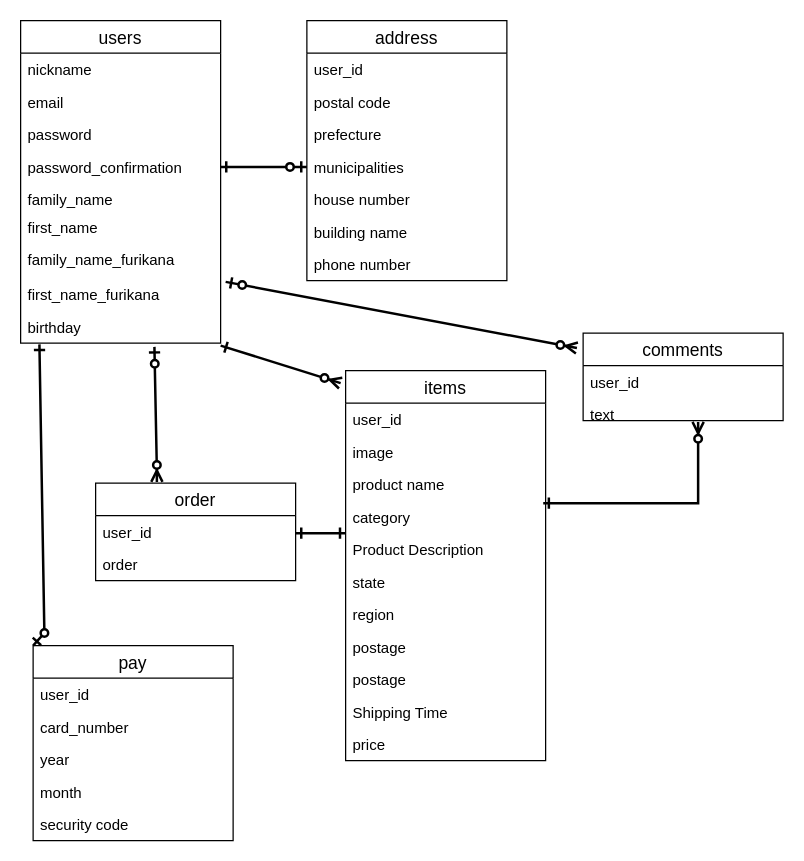
Above: furima.dio in yukii5/furima-30416 (draw.io), before the change. Source tidied: cells renumbered, new cells numbered last; positions are measured from the earlier drawing's top-left corner, leaving out a move shared by most shapes. Both pictures are drawn from the tidied source at 125%, with x=0, y=0 at pixel (20, 20).
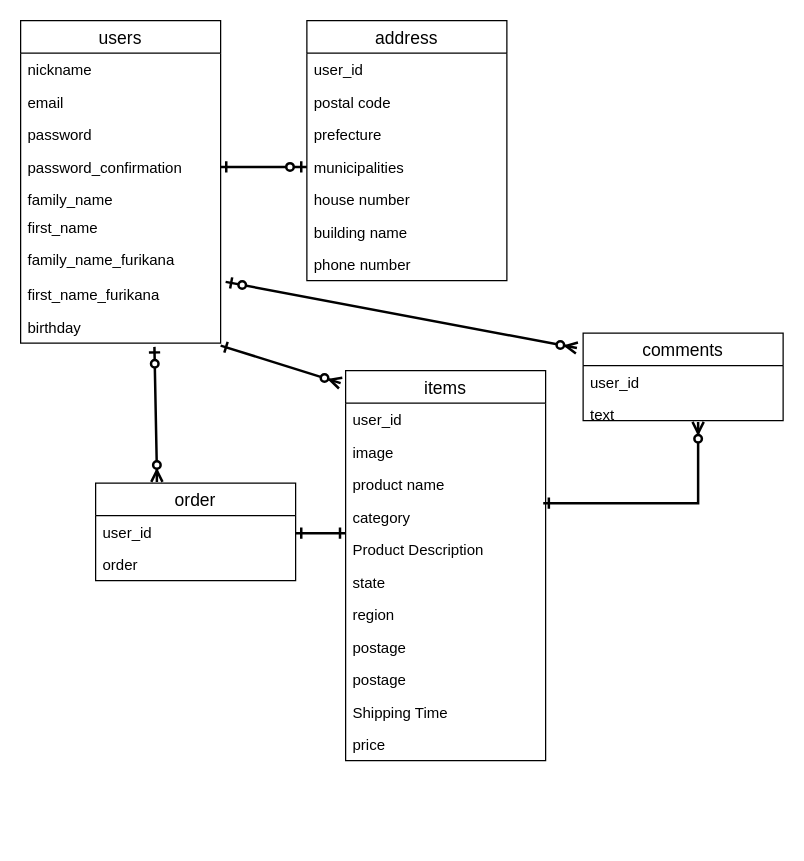
After the change.

The change refers to these unchanged cells:
```xml
<mxCell id="11" value="birthday" style="text;strokeColor=none;fillColor=none;spacingLeft=4;spacingRight=4;overflow=hidden;points=[[0,0.5],[1,0.5]];portConstraint=eastwest;fontSize=12;" parent="2" vertex="1">
  <mxGeometry y="232" width="160" height="26" as="geometry" />
</mxCell>
```

The edit, as a diff of the source:
```diff
@@
-    <mxCell id="21" style="fontSize=12;html=1;endArrow=ERzeroToOne;startArrow=ERone;exitX=0.094;exitY=1.038;exitDx=0;exitDy=0;exitPerimeter=0;startFill=0;endFill=1;strokeWidth=2;rounded=0;entryX=0;entryY=0;entryDx=0;entryDy=0;" parent="1" edge="1" source="11" target="28">
-      <mxGeometry relative="1" as="geometry">
-        <Array as="points">
-          <mxPoint x="19" y="490" />
-        </Array>
-      </mxGeometry>
-    </mxCell>
@@
-    <mxCell id="28" value="pay" style="swimlane;fontStyle=0;horizontal=1;startSize=26;align=center;fontSize=14;fillColor=none;gradientColor=none;" parent="1" vertex="1">
-      <mxGeometry x="10" y="500" width="160" height="156" as="geometry" />
-    </mxCell>
-    <mxCell id="29" value="user_id" style="text;strokeColor=none;fillColor=none;spacingLeft=4;spacingRight=4;overflow=hidden;fontSize=12;" parent="28" vertex="1">
-      <mxGeometry y="26" width="160" height="26" as="geometry" />
-    </mxCell>
-    <mxCell id="30" value="card_number" style="text;strokeColor=none;fillColor=none;spacingLeft=4;spacingRight=4;overflow=hidden;fontSize=12;" parent="28" vertex="1">
-      <mxGeometry y="52" width="160" height="26" as="geometry" />
-    </mxCell>
-    <mxCell id="31" value="year" style="text;strokeColor=none;fillColor=none;spacingLeft=4;spacingRight=4;overflow=hidden;fontSize=12;" parent="28" vertex="1">
-      <mxGeometry y="78" width="160" height="26" as="geometry" />
-    </mxCell>
-    <mxCell id="32" value="month" style="text;strokeColor=none;fillColor=none;spacingLeft=4;spacingRight=4;overflow=hidden;fontSize=12;" parent="28" vertex="1">
-      <mxGeometry y="104" width="160" height="26" as="geometry" />
-    </mxCell>
-    <mxCell id="33" value="security code" style="text;strokeColor=none;fillColor=none;spacingLeft=4;spacingRight=4;overflow=hidden;fontSize=12;" parent="28" vertex="1">
-      <mxGeometry y="130" width="160" height="26" as="geometry" />
-    </mxCell>
```
